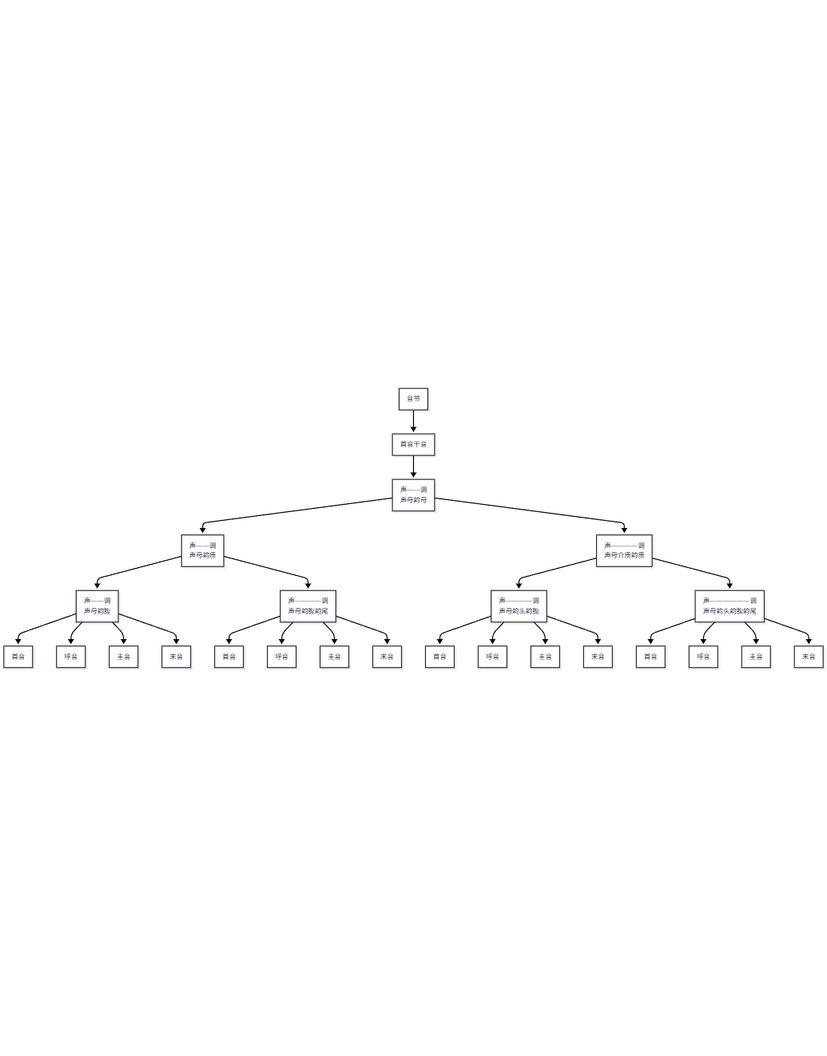
The Mermaid diagram YIME_Theory/flowchart/析音法演变历程.png in tsaanghwang/Yime-prototype, before a commit. Its source is kept beside it as YIME_Theory/flowchart/析音法演变历程.mmd. The source it was exported from:
```mermaid
graph TB
    A[音——节] --> B[首音干音]
    B --> C[声——调<br>声母韵母]
    C --> E[声——调<br>声母韵质]
    C --> F[声————调<br>声母介质韵质]

    E --> G[声——调<br>声母韵腹]
    E --> H[声————调<br>声母韵腹韵尾]
    F --> I[声————调<br>声母韵头韵腹]
    F --> J[声——————调<br>声母韵头韵腹韵尾]

    G --> G1[首音]
    G --> G2[呼音]
    G --> G3[主音]
    G --> G4[末音]
    H --> H1[首音]
    H --> H2[呼音]
    H --> H3[主音]
    H --> H4[末音]
    I --> I1[首音]
    I --> I2[呼音]
    I --> I3[主音]
    I --> I4[末音]
    J --> J1[首音]
    J --> J2[呼音]
    J --> J3[主音]
    J --> J4[末音]
```
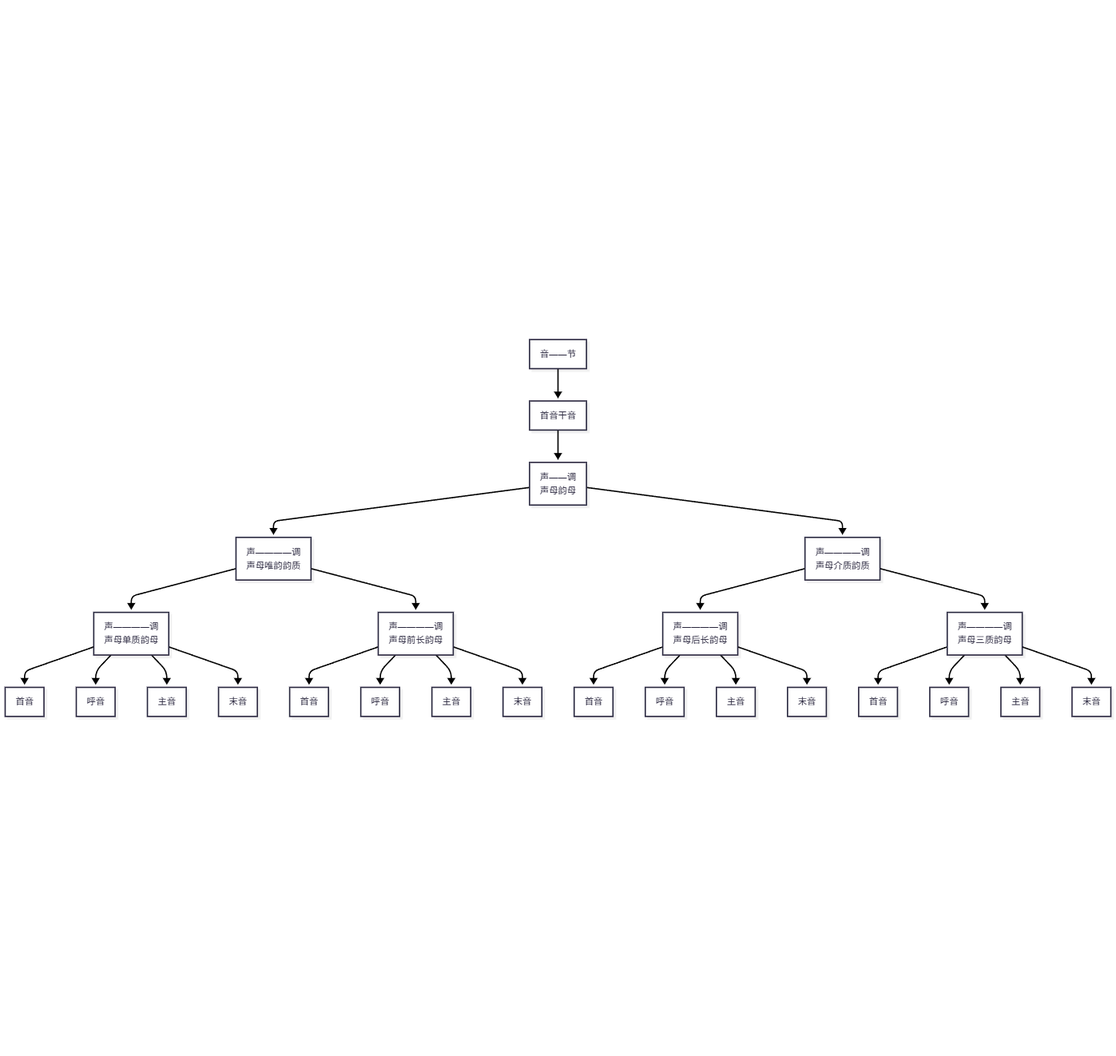
Later version of the same file.

The edit, as a diff of the source:
```diff
@@ -1,13 +1,13 @@
 graph TB
     A[音——节] --> B[首音干音]
     B --> C[声——调<br>声母韵母]
-    C --> E[声——调<br>声母韵质]
+    C --> E[声————调<br>声母唯韵韵质]
     C --> F[声————调<br>声母介质韵质]
 
-    E --> G[声——调<br>声母韵腹]
-    E --> H[声————调<br>声母韵腹韵尾]
-    F --> I[声————调<br>声母韵头韵腹]
-    F --> J[声——————调<br>声母韵头韵腹韵尾]
+    E --> G[声————调<br>声母单质韵母]
+    E --> H[声————调<br>声母前长韵母]
+    F --> I[声————调<br>声母后长韵母]
+    F --> J[声————调<br>声母三质韵母]
 
     G --> G1[首音]
     G --> G2[呼音]
```
